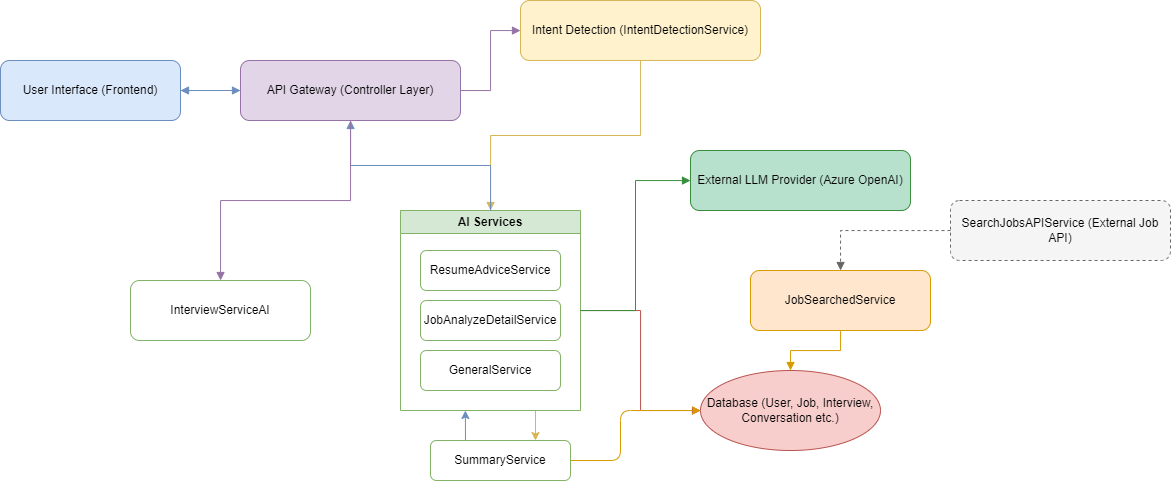
Before: jobagent-ai-architecture.png, a diagram exported from draw.io (adrian120401/jobagentAI). Source tidied: cells renumbered, new cells last; positions are measured from the earlier drawing's top-left corner, leaving out a move shared by most shapes.
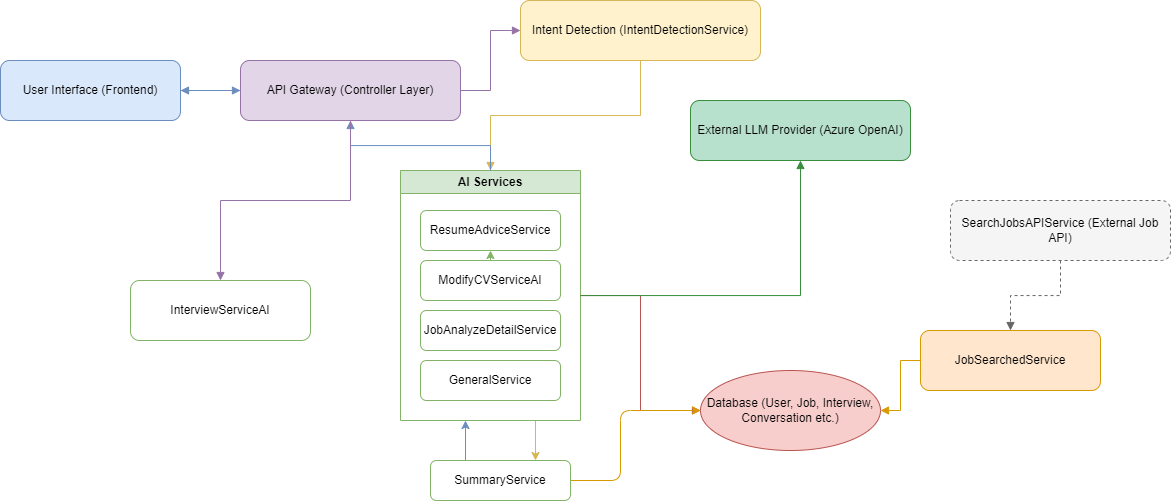
After the commit.

What changed in the source:
```diff
@@ -15,22 +15,28 @@
       <mxGeometry relative="1" as="geometry" />
     </mxCell>
     <mxCell id="6" value="AI Services" style="swimlane;whiteSpace=wrap;html=1;fillColor=#d5e8d4;strokeColor=#82b366;" parent="1" vertex="1">
-      <mxGeometry x="400" y="210" width="180" height="200" as="geometry" />
+      <mxGeometry x="400" y="170" width="180" height="250" as="geometry" />
     </mxCell>
     <mxCell id="7" value="ResumeAdviceService" style="rounded=1;whiteSpace=wrap;html=1;fillColor=#ffffff;strokeColor=#82b366;" parent="6" vertex="1">
       <mxGeometry x="20" y="40" width="140" height="40" as="geometry" />
     </mxCell>
     <mxCell id="8" value="JobAnalyzeDetailService" style="rounded=1;whiteSpace=wrap;html=1;fillColor=#ffffff;strokeColor=#82b366;" parent="6" vertex="1">
-      <mxGeometry x="20" y="90" width="140" height="40" as="geometry" />
+      <mxGeometry x="20" y="140" width="140" height="40" as="geometry" />
     </mxCell>
     <mxCell id="9" value="GeneralService" style="rounded=1;whiteSpace=wrap;html=1;fillColor=#ffffff;strokeColor=#82b366;" parent="6" vertex="1">
-      <mxGeometry x="20" y="140" width="140" height="40" as="geometry" />
+      <mxGeometry x="20" y="190" width="140" height="40" as="geometry" />
     </mxCell>
+    <mxCell id="28" value="ModifyCVServiceAI" style="rounded=1;whiteSpace=wrap;html=1;fillColor=#ffffff;strokeColor=#82b366;" parent="6" vertex="1">
+      <mxGeometry x="20" y="90" width="140" height="40" as="geometry" />
+    </mxCell>
+    <mxCell id="29" style="edgeStyle=none;html=1;exitX=0.5;exitY=0;exitDx=0;exitDy=0;entryX=0.5;entryY=1;entryDx=0;entryDy=0;fillColor=#ffffff;strokeColor=#82b366;" parent="6" edge="1" source="28" target="7">
+      <mxGeometry relative="1" as="geometry" />
+    </mxCell>
     <mxCell id="10" value="InterviewServiceAI" style="rounded=1;whiteSpace=wrap;html=1;fillColor=#ffffff;strokeColor=#82b366;" parent="1" vertex="1">
       <mxGeometry x="130" y="280" width="180" height="60" as="geometry" />
     </mxCell>
     <mxCell id="11" value="JobSearchedService" style="rounded=1;whiteSpace=wrap;html=1;fillColor=#ffe6cc;strokeColor=#d79b00;" parent="1" vertex="1">
-      <mxGeometry x="750" y="270" width="180" height="60" as="geometry" />
+      <mxGeometry x="920" y="330" width="180" height="60" as="geometry" />
     </mxCell>
     <mxCell id="12" value="SearchJobsAPIService (External Job API)" style="rounded=1;whiteSpace=wrap;html=1;fillColor=#f5f5f5;strokeColor=#666666;dashed=1;" parent="1" vertex="1">
       <mxGeometry x="950" y="200" width="220" height="60" as="geometry" />
@@ -39,7 +45,7 @@
       <mxGeometry x="700" y="370" width="180" height="80" as="geometry" />
     </mxCell>
     <mxCell id="14" value="External LLM Provider (Azure OpenAI)" style="rounded=1;whiteSpace=wrap;html=1;fillColor=#b7e1cd;strokeColor=#388e3c;" parent="1" vertex="1">
-      <mxGeometry x="690" y="150" width="220" height="60" as="geometry" />
+      <mxGeometry x="690" y="100" width="220" height="60" as="geometry" />
     </mxCell>
     <mxCell id="15" style="edgeStyle=orthogonalEdgeStyle;rounded=0;jettySize=auto;html=1;endArrow=block;endFill=1;strokeColor=#6c8ebf;" parent="1" edge="1" source="2" target="3">
       <mxGeometry relative="1" as="geometry" />
@@ -74,18 +80,18 @@
     <mxCell id="25" style="edgeStyle=none;html=1;exitX=1;exitY=0.5;exitDx=0;exitDy=0;fillColor=#ffe6cc;strokeColor=#d79b00;" parent="1" edge="1" source="27" target="13">
       <mxGeometry relative="1" as="geometry">
         <Array as="points">
-          <mxPoint x="620" y="460" />
+          <mxPoint x="620" y="480" />
           <mxPoint x="620" y="410" />
         </Array>
       </mxGeometry>
     </mxCell>
     <mxCell id="26" style="edgeStyle=none;html=1;exitX=0.25;exitY=0;exitDx=0;exitDy=0;fillColor=#dae8fc;strokeColor=#6c8ebf;" parent="1" edge="1" source="27">
       <mxGeometry relative="1" as="geometry">
-        <mxPoint x="464.9" y="410" as="targetPoint" />
+        <mxPoint x="465" y="420" as="targetPoint" />
       </mxGeometry>
     </mxCell>
     <mxCell id="27" value="SummaryService" style="rounded=1;whiteSpace=wrap;html=1;fillColor=#ffffff;strokeColor=#82b366;" parent="1" vertex="1">
-      <mxGeometry x="430" y="440" width="140" height="40" as="geometry" />
+      <mxGeometry x="430" y="460" width="140" height="40" as="geometry" />
     </mxCell>
   </root>
 </mxGraphModel>
```
